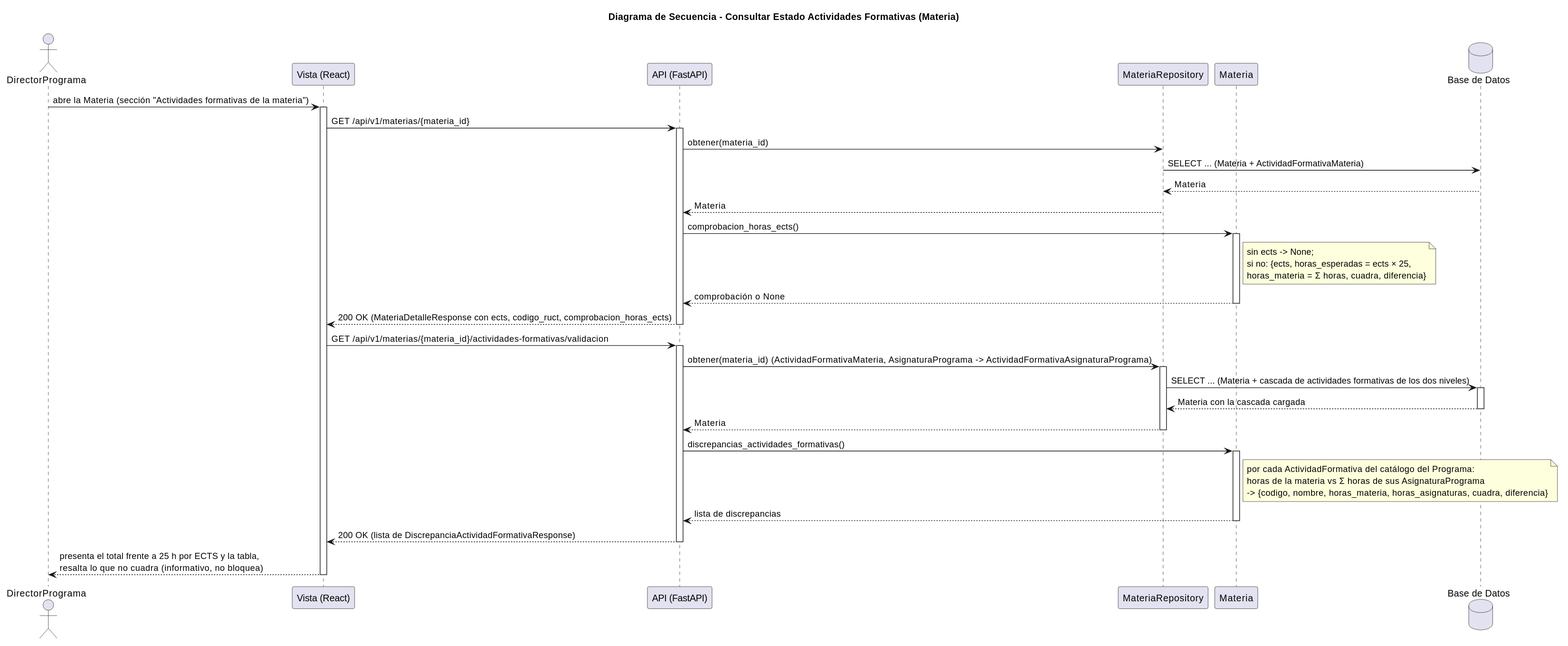
This is images/RUP/03-diseño/casos-uso/consultarEstadoActividadesFormativasMateria/secuencia.svg from mmasias/pyCeldaPublico, a PlantUML export, as it was before one commit.
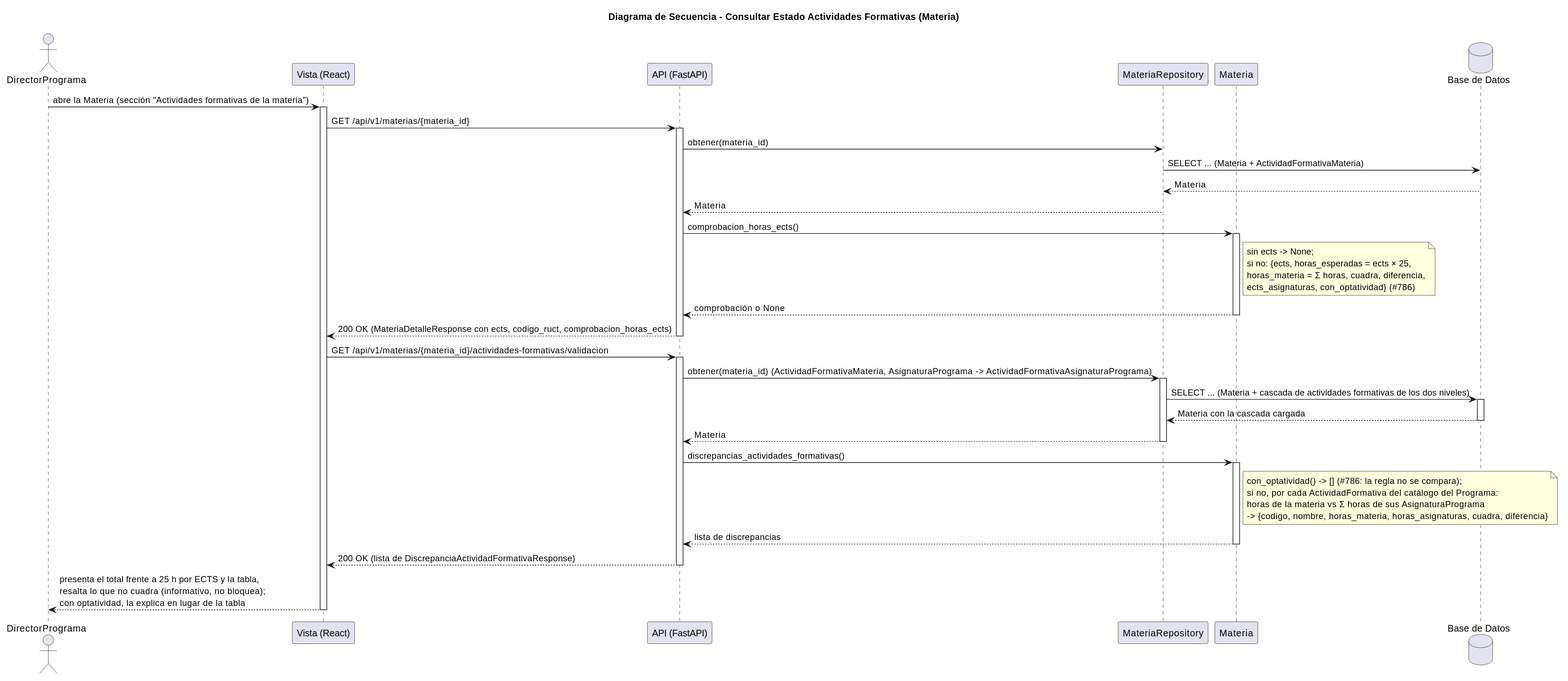
After the commit.

What changed in the source:
```diff
@@ -18,7 +18,7 @@
 Repo --> API: Materia
 API -> Materia: comprobacion_horas_ects()
 activate Materia
-note right of Materia: sin ects -> None;\nsi no: {ects, horas_esperadas = ects × 25,\nhoras_materia = Σ horas, cuadra, diferencia}
+note right of Materia: sin ects -> None;\nsi no: {ects, horas_esperadas = ects × 25,\nhoras_materia = Σ horas, cuadra, diferencia,\nects_asignaturas, con_optatividad} (#786)
 Materia --> API: comprobación o None
 deactivate Materia
 API --> Vista: 200 OK (MateriaDetalleResponse con ects, codigo_ruct, comprobacion_horas_ects)
@@ -35,11 +35,11 @@
 deactivate Repo
 API -> Materia: discrepancias_actividades_formativas()
 activate Materia
-note right of Materia: por cada ActividadFormativa del catálogo del Programa:\nhoras de la materia vs Σ horas de sus AsignaturaPrograma\n-> {codigo, nombre, horas_materia, horas_asignaturas, cuadra, diferencia}
+note right of Materia: con_optatividad() -> [] (#786: la regla no se compara);\nsi no, por cada ActividadFormativa del catálogo del Programa:\nhoras de la materia vs Σ horas de sus AsignaturaPrograma\n-> {codigo, nombre, horas_materia, horas_asignaturas, cuadra, diferencia}
 Materia --> API: lista de discrepancias
 deactivate Materia
 API --> Vista: 200 OK (lista de DiscrepanciaActividadFormativaResponse)
 deactivate API
-Vista --> DirectorPrograma: presenta el total frente a 25 h por ECTS y la tabla,\nresalta lo que no cuadra (informativo, no bloquea)
+Vista --> DirectorPrograma: presenta el total frente a 25 h por ECTS y la tabla,\nresalta lo que no cuadra (informativo, no bloquea);\ncon optatividad, la explica en lugar de la tabla
 deactivate Vista
 @enduml
```
